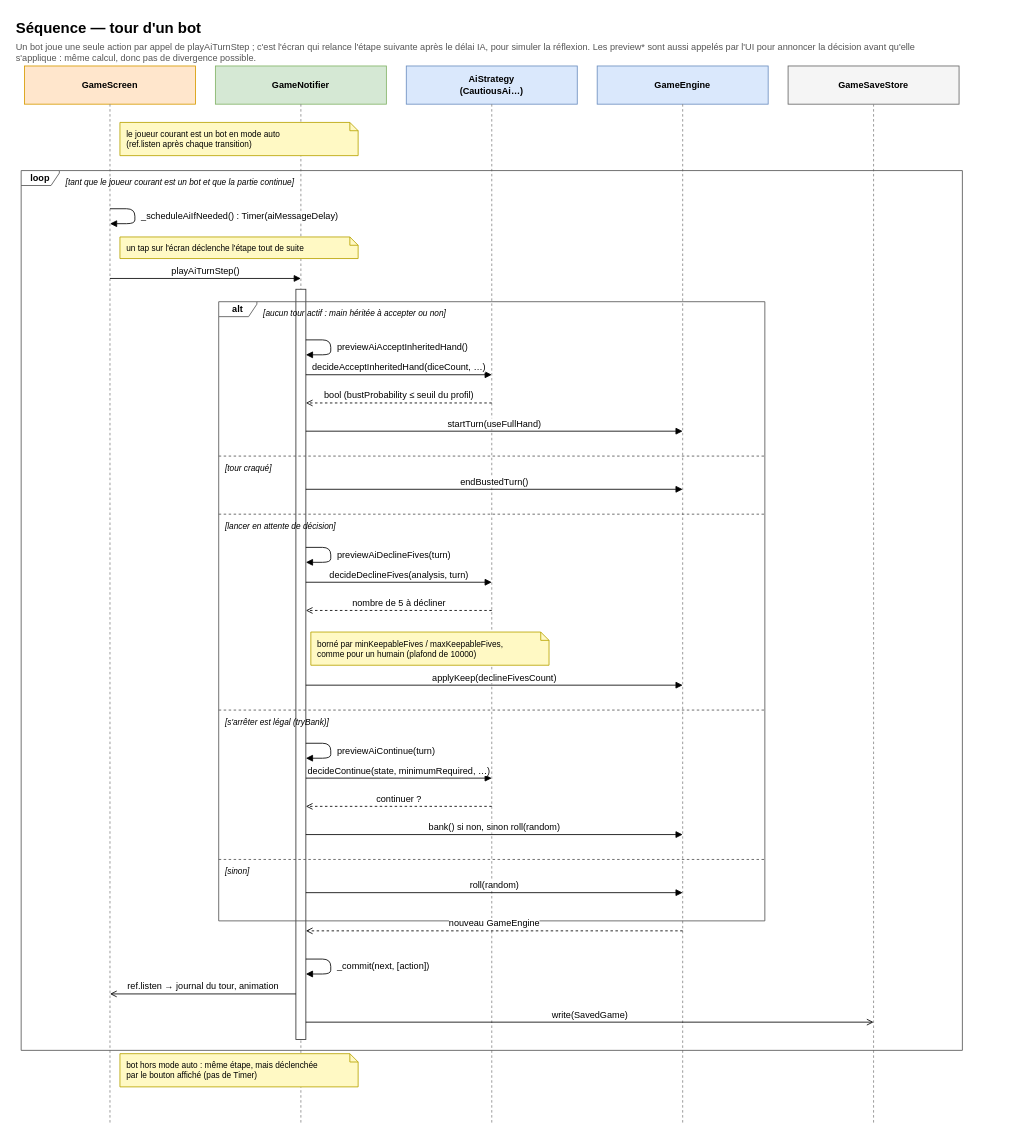
microscotch/tenk keeps this draw.io diagram as docs/uml/seq-ai-turn.drawio. Above is the earlier version. Source tidied: cells renumbered, new cells numbered last; positions are measured from the earlier drawing's top-left corner, leaving out a move shared by most shapes. Both pictures are drawn from the tidied source at 83%, with x=0, y=0 at pixel (14, 14).
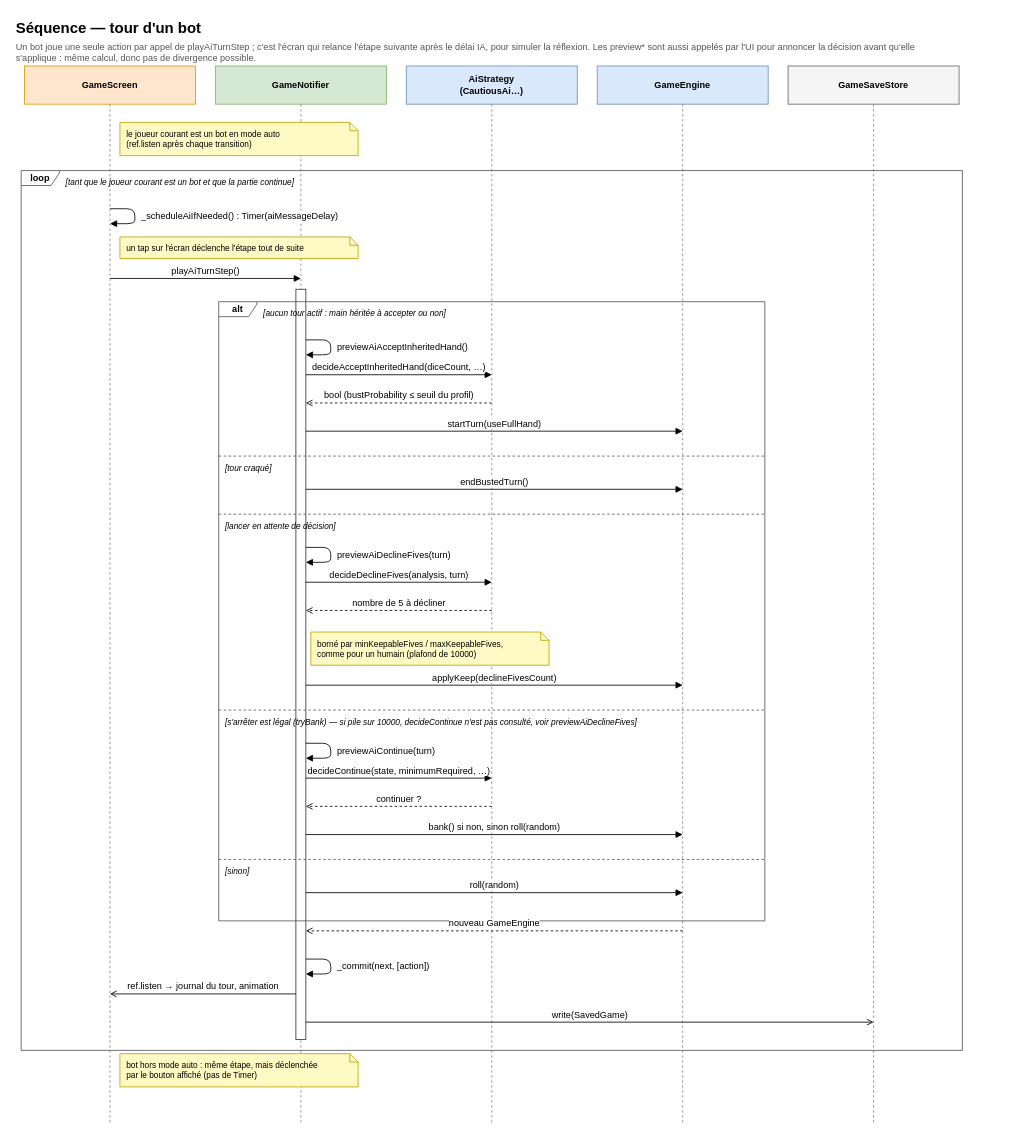
Above is the later version.

Diff of the diagram source:
```diff
@@
-    <mxCell id="45" value="[s'arrêter est légal (tryBank)]" style="text;html=1;fontSize=10;fontStyle=2;align=left;verticalAlign=top;" parent="1" vertex="1">
+    <mxCell id="45" value="[s'arrêter est légal (tryBank) — si pile sur 10000, decideContinue n'est pas consulté, voir previewAiDeclineFives]" style="text;html=1;fontSize=10;fontStyle=2;align=left;verticalAlign=top;" parent="1" vertex="1">
       <mxGeometry x="252" y="840" width="598" height="16" as="geometry" />
     </mxCell>
```
